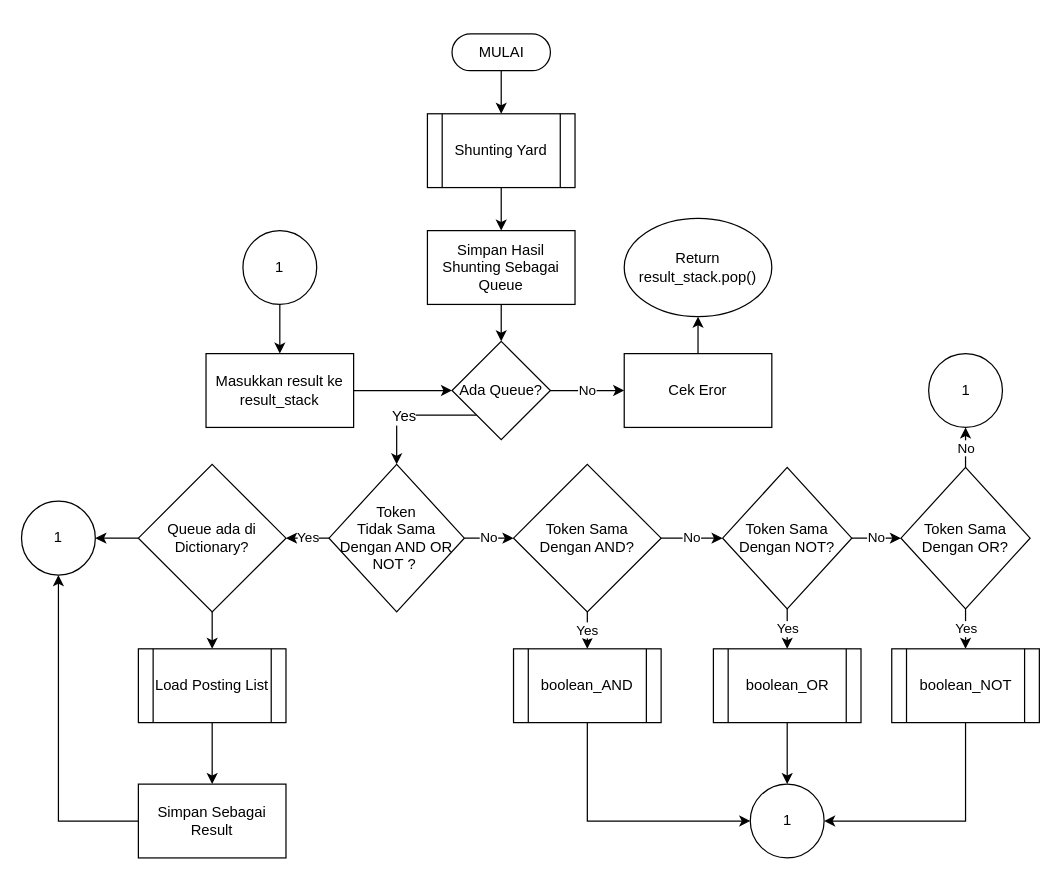
This is Process Query.drawio from eliteraihan/boolean-retrieval-engine, a draw.io file, before an edit. Source tidied: cells renumbered, new cells numbered last; positions are measured from the earlier drawing's top-left corner, leaving out a move shared by most shapes. Both pictures are drawn from the tidied source at 123%, with x=0, y=0 at pixel (21, 33).
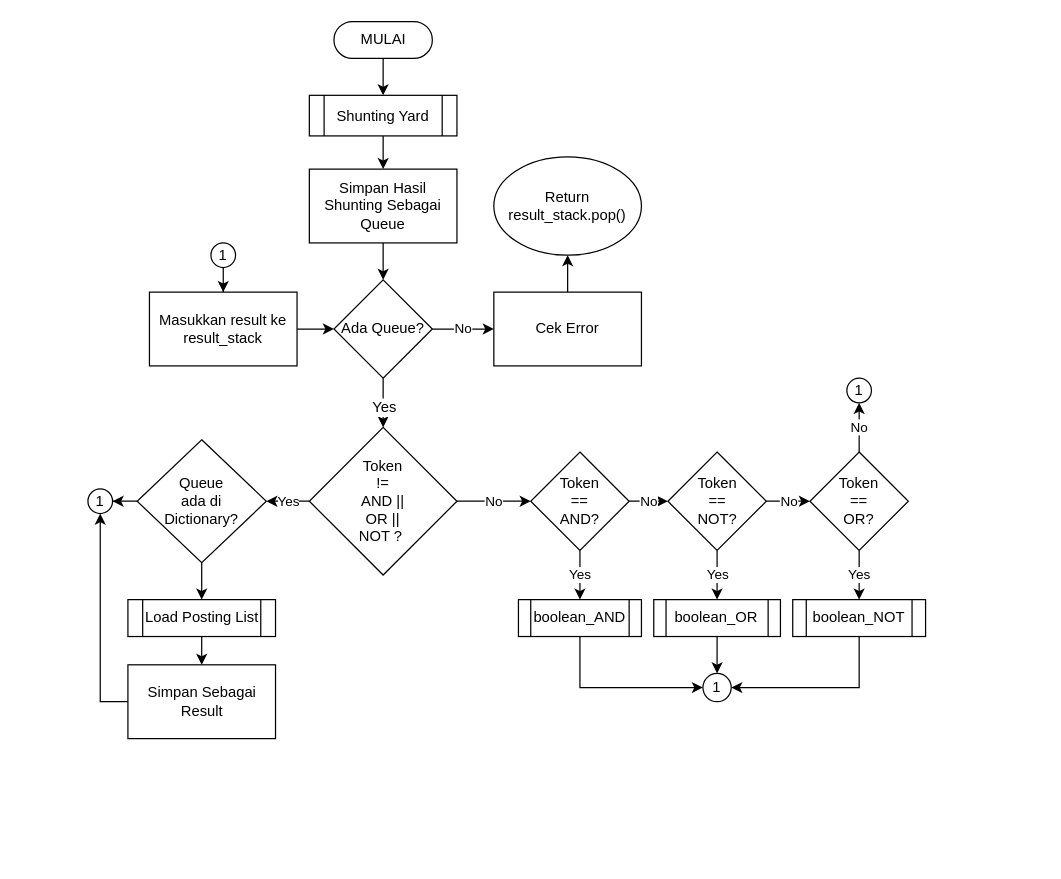
The same diagram, later.

Commit message (it also covers changes not shown here):
sedikit update di Shunting Yard.drawio

What changed in the source:
```diff
@@
     <mxCell id="3" value="MULAI" style="html=1;dashed=0;whitespace=wrap;shape=mxgraph.dfd.start;" parent="1" vertex="1">
-      <mxGeometry x="350" width="80" height="30" as="geometry" />
+      <mxGeometry x="254" y="-10" width="80" height="30" as="geometry" />
     </mxCell>
@@
     <mxCell id="5" value="Shunting Yard" style="shape=process;whiteSpace=wrap;html=1;backgroundOutline=1;" parent="1" vertex="1">
-      <mxGeometry x="330" y="65" width="120" height="60" as="geometry" />
+      <mxGeometry x="234" y="50" width="120" height="33" as="geometry" />
     </mxCell>
@@
     <mxCell id="7" value="Simpan Hasil Shunting Sebagai Queue" style="rounded=0;whiteSpace=wrap;html=1;" parent="1" vertex="1">
-      <mxGeometry x="330" y="160" width="120" height="60" as="geometry" />
+      <mxGeometry x="234" y="110" width="120" height="60" as="geometry" />
     </mxCell>
@@
     <mxCell id="9" style="edgeStyle=orthogonalEdgeStyle;rounded=0;jettySize=auto;html=1;entryX=0.5;entryY=0;entryDx=0;entryDy=0;" parent="1" edge="1" source="11" target="17">
-      <mxGeometry relative="1" as="geometry">
-        <Array as="points">
-          <mxPoint x="305" y="310" />
-        </Array>
-      </mxGeometry>
+      <mxGeometry relative="1" as="geometry" />
     </mxCell>
@@
     <mxCell id="11" value="Ada Queue?" style="rhombus;whiteSpace=wrap;html=1;" parent="1" vertex="1">
-      <mxGeometry x="350" y="250" width="80" height="80" as="geometry" />
+      <mxGeometry x="254" y="200" width="80" height="80" as="geometry" />
     </mxCell>
@@
-    <mxCell id="13" value="Cek Eror" style="rounded=0;whiteSpace=wrap;html=1;" parent="1" vertex="1">
-      <mxGeometry x="490" y="260" width="120" height="60" as="geometry" />
+    <mxCell id="13" value="Cek Error" style="rounded=0;whiteSpace=wrap;html=1;" parent="1" vertex="1">
+      <mxGeometry x="384" y="210" width="120" height="60" as="geometry" />
     </mxCell>
     <mxCell id="14" value="Return result_stack.pop()" style="ellipse;whiteSpace=wrap;html=1;" parent="1" vertex="1">
-      <mxGeometry x="490" y="150" width="120" height="80" as="geometry" />
+      <mxGeometry x="384" y="100" width="120" height="80" as="geometry" />
     </mxCell>
@@
-    <mxCell id="17" value="Token&lt;br&gt;Tidak Sama Dengan AND OR NOT ?&amp;nbsp;" style="rhombus;whiteSpace=wrap;html=1;" parent="1" vertex="1">
-      <mxGeometry x="250" y="350" width="110" height="120" as="geometry" />
+    <mxCell id="17" value="Token&lt;br&gt;!=&lt;br&gt;AND ||&lt;br&gt;OR ||&lt;br&gt;NOT ?&amp;nbsp;" style="rhombus;whiteSpace=wrap;html=1;" parent="1" vertex="1">
+      <mxGeometry x="234" y="320" width="120" height="120" as="geometry" />
     </mxCell>
@@
-    <mxCell id="20" value="Token Sama&lt;br&gt;Dengan AND?" style="rhombus;whiteSpace=wrap;html=1;" parent="1" vertex="1">
-      <mxGeometry x="400" y="350" width="120" height="120" as="geometry" />
+    <mxCell id="20" value="Token&lt;br&gt;==&lt;br&gt;AND?" style="rhombus;whiteSpace=wrap;html=1;" parent="1" vertex="1">
+      <mxGeometry x="414" y="340" width="80" height="80" as="geometry" />
     </mxCell>
@@
-    <mxCell id="22" value="No" style="edgeStyle=orthogonalEdgeStyle;rounded=0;jettySize=auto;html=1;" parent="1" edge="1" source="23" target="46">
-      <mxGeometry relative="1" as="geometry" />
+    <mxCell id="22" value="No" style="edgeStyle=orthogonalEdgeStyle;rounded=0;jettySize=auto;html=1;entryX=0.5;entryY=1;entryDx=0;entryDy=0;exitX=0.5;exitY=0;exitDx=0;exitDy=0;" parent="1" edge="1" source="23" target="46">
+      <mxGeometry relative="1" as="geometry">
+        <Array as="points">
+          <mxPoint x="681" y="300" />
+          <mxPoint x="681" y="300" />
+        </Array>
+      </mxGeometry>
     </mxCell>
-    <mxCell id="23" value="Token Sama Dengan OR?" style="rhombus;whiteSpace=wrap;html=1;" parent="1" vertex="1">
-      <mxGeometry x="715" y="352.5" width="105" height="115" as="geometry" />
+    <mxCell id="23" value="Token&lt;br&gt;==&lt;br&gt;OR?" style="rhombus;whiteSpace=wrap;html=1;" parent="1" vertex="1">
+      <mxGeometry x="641" y="340" width="80" height="80" as="geometry" />
     </mxCell>
@@
-    <mxCell id="26" value="Token Sama Dengan NOT?" style="rhombus;whiteSpace=wrap;html=1;" parent="1" vertex="1">
-      <mxGeometry x="570" y="352.5" width="105" height="115" as="geometry" />
+    <mxCell id="26" value="Token&lt;br&gt;==&lt;br&gt;NOT?" style="rhombus;whiteSpace=wrap;html=1;" parent="1" vertex="1">
+      <mxGeometry x="525.5" y="340" width="80" height="80" as="geometry" />
     </mxCell>
@@
-    <mxCell id="29" value="Queue ada di Dictionary?" style="rhombus;whiteSpace=wrap;html=1;" parent="1" vertex="1">
-      <mxGeometry x="95" y="350" width="120" height="120" as="geometry" />
+    <mxCell id="29" value="Queue&lt;br&gt;ada di&lt;br&gt;Dictionary?" style="rhombus;whiteSpace=wrap;html=1;" parent="1" vertex="1">
+      <mxGeometry x="94" y="330" width="105" height="100" as="geometry" />
     </mxCell>
@@
     <mxCell id="31" value="1" style="ellipse;whiteSpace=wrap;html=1;" parent="1" vertex="1">
-      <mxGeometry x="180" y="160" width="60" height="60" as="geometry" />
+      <mxGeometry x="154" y="170" width="20" height="20" as="geometry" />
     </mxCell>
@@
     <mxCell id="33" value="Masukkan result ke result_stack" style="rounded=0;whiteSpace=wrap;html=1;" parent="1" vertex="1">
-      <mxGeometry x="150" y="260" width="120" height="60" as="geometry" />
+      <mxGeometry x="104" y="210" width="120" height="60" as="geometry" />
     </mxCell>
     <mxCell id="34" value="1" style="ellipse;whiteSpace=wrap;html=1;" parent="1" vertex="1">
-      <mxGeometry y="380" width="60" height="60" as="geometry" />
+      <mxGeometry x="54" y="370" width="20" height="20" as="geometry" />
     </mxCell>
@@
     <mxCell id="36" value="Load Posting List" style="shape=process;whiteSpace=wrap;html=1;backgroundOutline=1;" parent="1" vertex="1">
-      <mxGeometry x="95" y="500" width="120" height="60" as="geometry" />
+      <mxGeometry x="86.5" y="460" width="120" height="30" as="geometry" />
     </mxCell>
@@
     <mxCell id="38" value="Simpan Sebagai Result" style="rounded=0;whiteSpace=wrap;html=1;" parent="1" vertex="1">
-      <mxGeometry x="95" y="610" width="120" height="60" as="geometry" />
+      <mxGeometry x="86.5" y="513" width="120" height="60" as="geometry" />
     </mxCell>
-    <mxCell id="39" style="edgeStyle=orthogonalEdgeStyle;rounded=0;jettySize=auto;html=1;entryX=0;entryY=0.5;entryDx=0;entryDy=0;" parent="1" edge="1" source="40" target="45">
+    <mxCell id="39" style="edgeStyle=orthogonalEdgeStyle;rounded=0;jettySize=auto;html=1;entryX=0;entryY=0.5;entryDx=0;entryDy=0;exitX=0.5;exitY=1;exitDx=0;exitDy=0;" parent="1" edge="1" source="40" target="45">
       <mxGeometry relative="1" as="geometry">
         <Array as="points">
-          <mxPoint x="460" y="640" />
+          <mxPoint x="454" y="532" />
         </Array>
       </mxGeometry>
     </mxCell>
     <mxCell id="40" value="boolean_AND" style="shape=process;whiteSpace=wrap;html=1;backgroundOutline=1;" parent="1" vertex="1">
-      <mxGeometry x="400" y="500" width="120" height="60" as="geometry" />
+      <mxGeometry x="404" y="460" width="100" height="30" as="geometry" />
     </mxCell>
@@
     <mxCell id="42" value="boolean_OR" style="shape=process;whiteSpace=wrap;html=1;backgroundOutline=1;" parent="1" vertex="1">
-      <mxGeometry x="562.5" y="500" width="120" height="60" as="geometry" />
+      <mxGeometry x="514" y="460" width="103" height="30" as="geometry" />
     </mxCell>
-    <mxCell id="43" style="edgeStyle=orthogonalEdgeStyle;rounded=0;jettySize=auto;html=1;entryX=1;entryY=0.5;entryDx=0;entryDy=0;" parent="1" edge="1" source="44" target="45">
+    <mxCell id="43" style="edgeStyle=orthogonalEdgeStyle;rounded=0;jettySize=auto;html=1;entryX=1;entryY=0.5;entryDx=0;entryDy=0;exitX=0.5;exitY=1;exitDx=0;exitDy=0;" parent="1" edge="1" source="44" target="45">
       <mxGeometry relative="1" as="geometry">
         <Array as="points">
-          <mxPoint x="768" y="640" />
+          <mxPoint x="681" y="532" />
         </Array>
       </mxGeometry>
     </mxCell>
     <mxCell id="44" value="boolean_NOT" style="shape=process;whiteSpace=wrap;html=1;backgroundOutline=1;" parent="1" vertex="1">
-      <mxGeometry x="707.5" y="500" width="120" height="60" as="geometry" />
+      <mxGeometry x="627" y="460" width="108" height="30" as="geometry" />
     </mxCell>
     <mxCell id="45" value="1" style="ellipse;whiteSpace=wrap;html=1;" parent="1" vertex="1">
-      <mxGeometry x="592.5" y="610" width="60" height="60" as="geometry" />
+      <mxGeometry x="554" y="520" width="23" height="23" as="geometry" />
     </mxCell>
     <mxCell id="46" value="1" style="ellipse;whiteSpace=wrap;html=1;" parent="1" vertex="1">
-      <mxGeometry x="737.5" y="260" width="60" height="60" as="geometry" />
+      <mxGeometry x="671" y="280" width="20" height="20" as="geometry" />
     </mxCell>
```
